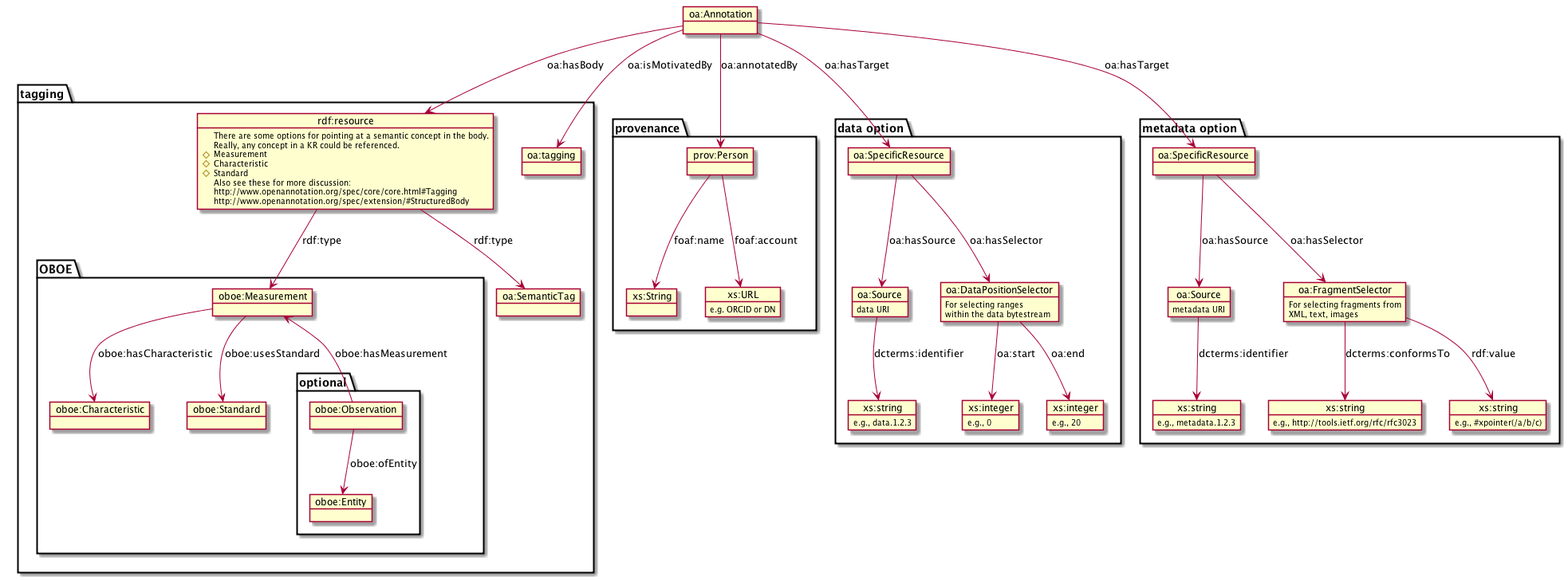
This is docs/use-cases/semantics/images/oa_model.png from DataONEorg/sem-prov-design, a PlantUML export, as it was before one commit.
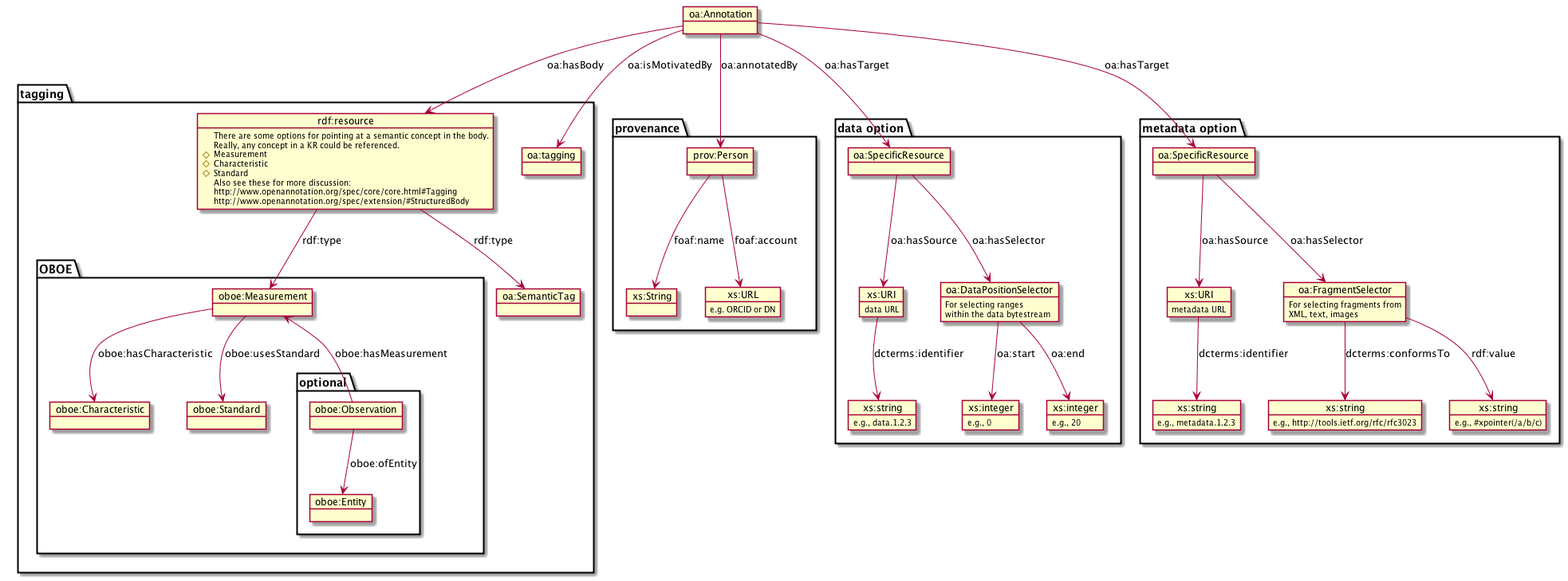
After the commit.

Commit message:
remove oa:Source (isn't actually an OA class)

Change to the diagram source:
```diff
@@ -34,8 +34,8 @@
 
 	package "metadata option" {
 	    object "oa:SpecificResource" as target
-	    object "oa:Source" as source {
-	    	metadata URI
+	    object "xs:URI" as source {
+	    	metadata URL
 	    }
 	    object "xs:string" as identifier {
 	    	e.g., metadata.1.2.3
@@ -54,8 +54,8 @@
 
 	package "data option" {
 	    object "oa:SpecificResource" as d_target
-	    object "oa:Source" as d_source {
-	    	data URI
+	    object "xs:URI" as d_source {
+	    	data URL
 	    }
 	    object "xs:string" as d_identifier {
 	    	e.g., data.1.2.3
```
